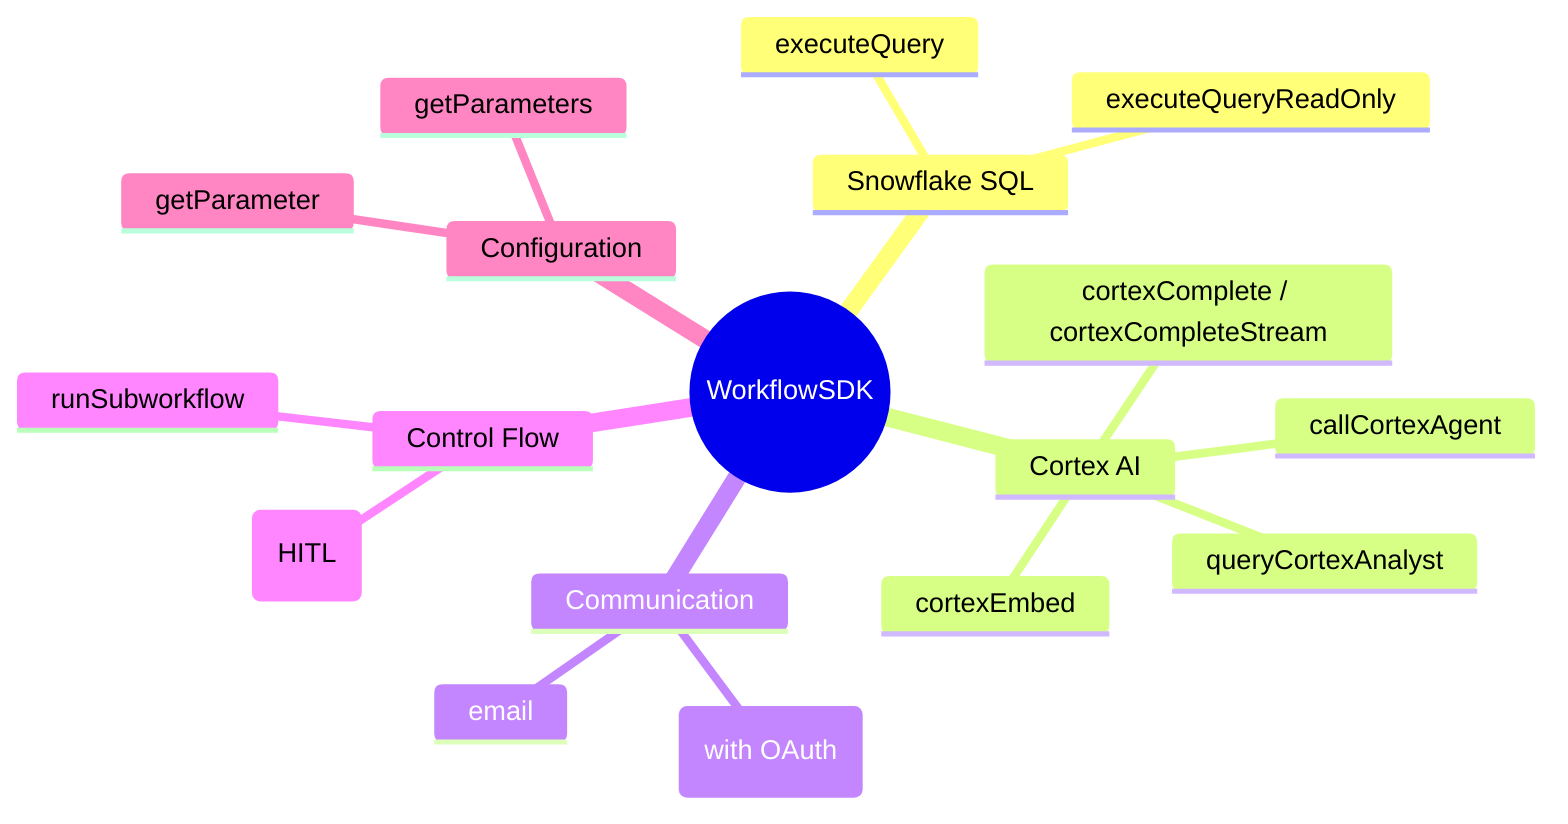
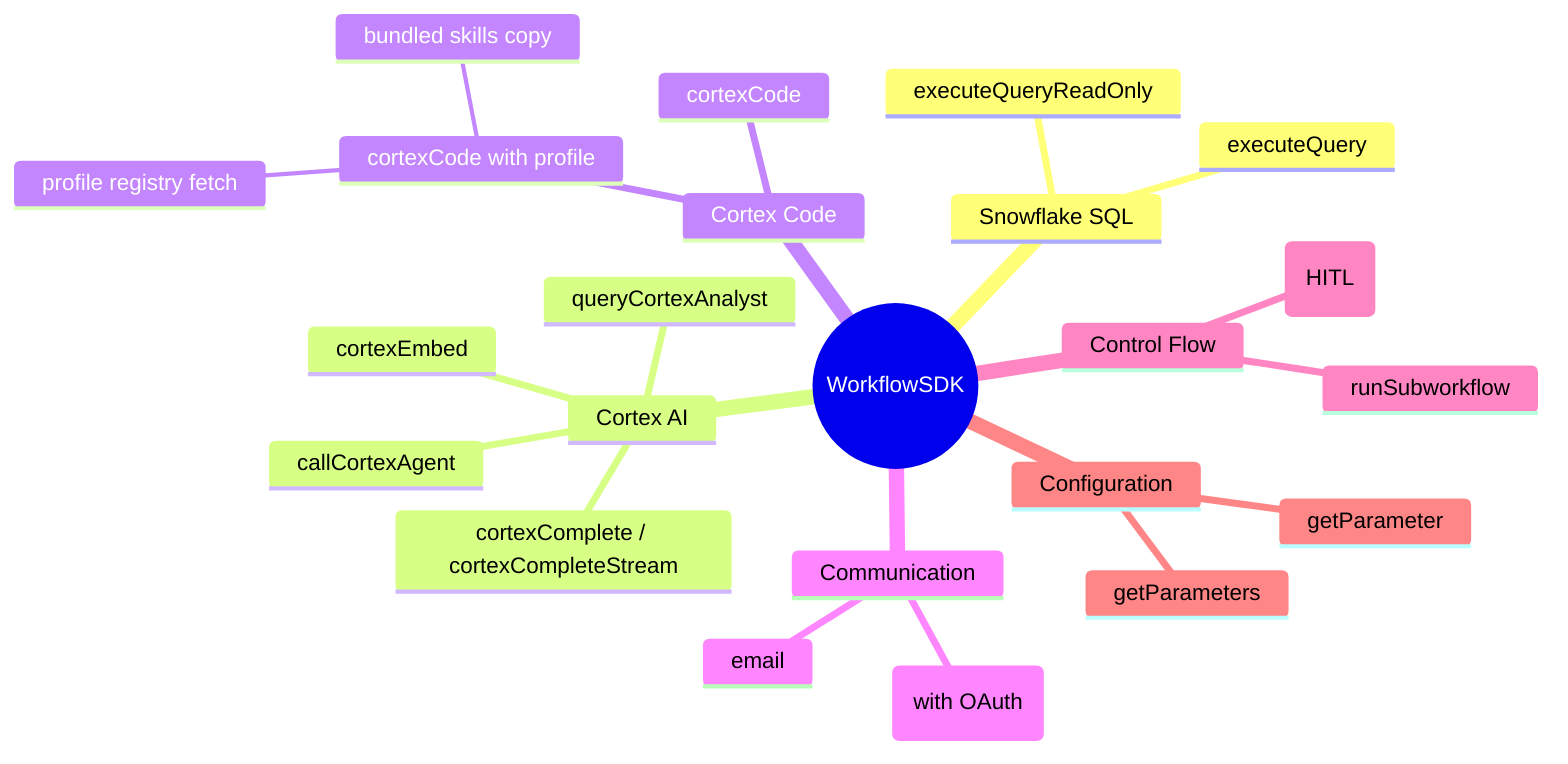
mindmap
  root((WorkflowSDK))
    Snowflake SQL
      executeQuery
      executeQueryReadOnly
    Cortex AI
      cortexComplete / cortexCompleteStream
      cortexEmbed
      queryCortexAnalyst
      callCortexAgent
+     Cortex Code
+       cortexCode
+       cortexCode with profile
+         bundled skills copy
+         profile registry fetch
    Communication
      email
      httpRequest (with OAuth)
    Control Flow
      interrupt (HITL)
      runSubworkflow
    Configuration
      getParameter
      getParameters
